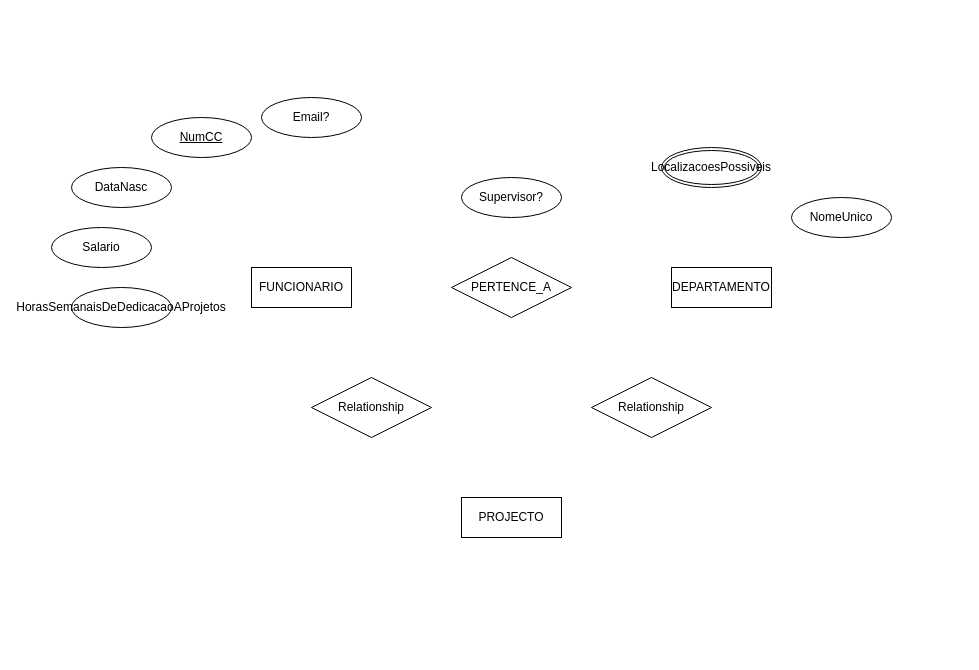
Before: BDempresa.drawio in Afas09/Analise-de-Sistemas, a draw.io diagram. Source tidied: cells renumbered, new cells numbered last; positions are measured from the earlier drawing's top-left corner, leaving out a move shared by most shapes. Both pictures are drawn from the tidied source at 100%, with x=0, y=0 at pixel (51, 97).
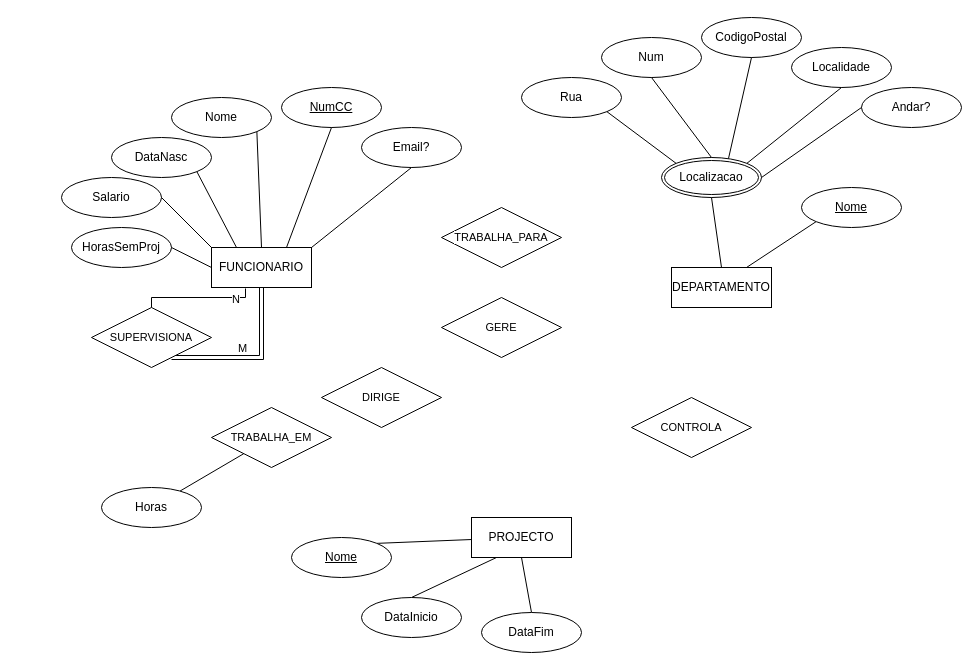
The same diagram, later.

The change refers to these unchanged cells:
```xml
<mxCell id="3" value="DEPARTAMENTO" style="whiteSpace=wrap;html=1;align=center;" parent="1" vertex="1">
  <mxGeometry x="620" y="170" width="100" height="40" as="geometry" />
</mxCell>
```

The edit, as a diff of the source:
```diff
@@
+    <mxCell id="16" style="rounded=0;jettySize=auto;html=1;exitX=0.25;exitY=1;exitDx=0;exitDy=0;entryX=0.5;entryY=0;entryDx=0;entryDy=0;endArrow=none;endFill=0;" parent="1" edge="1" source="2" target="39">
+      <mxGeometry relative="1" as="geometry" />
+    </mxCell>
+    <mxCell id="17" style="edgeStyle=none;shape=connector;rounded=0;jettySize=auto;html=1;entryX=0.5;entryY=0;entryDx=0;entryDy=0;strokeColor=default;align=center;verticalAlign=middle;fontFamily=Helvetica;fontSize=11;fontColor=default;labelBackgroundColor=default;endArrow=none;endFill=0;exitX=0.5;exitY=1;exitDx=0;exitDy=0;" parent="1" edge="1" source="2" target="38">
+      <mxGeometry relative="1" as="geometry" />
+    </mxCell>
+    <mxCell id="18" style="edgeStyle=none;shape=connector;rounded=0;jettySize=auto;html=1;entryX=1;entryY=0;entryDx=0;entryDy=0;strokeColor=default;align=center;verticalAlign=middle;fontFamily=Helvetica;fontSize=11;fontColor=default;labelBackgroundColor=default;endArrow=none;endFill=0;" parent="1" edge="1" source="2" target="41">
+      <mxGeometry relative="1" as="geometry" />
+    </mxCell>
     <mxCell id="2" value="PROJECTO" style="whiteSpace=wrap;html=1;align=center;" parent="1" vertex="1">
-      <mxGeometry x="410" y="400" width="100" height="40" as="geometry" />
+      <mxGeometry x="420" y="420" width="100" height="40" as="geometry" />
     </mxCell>
@@
     <mxCell id="4" value="FUNCIONARIO" style="whiteSpace=wrap;html=1;align=center;" parent="1" vertex="1">
-      <mxGeometry x="200" y="170" width="100" height="40" as="geometry" />
+      <mxGeometry x="160" y="150" width="100" height="40" as="geometry" />
     </mxCell>
-    <mxCell id="5" value="PERTENCE&lt;span style=&quot;background-color: transparent; color: light-dark(rgb(0, 0, 0), rgb(255, 255, 255));&quot;&gt;_A&lt;/span&gt;" style="shape=rhombus;perimeter=rhombusPerimeter;whiteSpace=wrap;html=1;align=center;" parent="1" vertex="1">
-      <mxGeometry x="400" y="160" width="120" height="60" as="geometry" />
-    </mxCell>
-    <mxCell id="6" value="Relationship" style="shape=rhombus;perimeter=rhombusPerimeter;whiteSpace=wrap;html=1;align=center;" parent="1" vertex="1">
-      <mxGeometry x="540" y="280" width="120" height="60" as="geometry" />
-    </mxCell>
-    <mxCell id="7" value="Relationship" style="shape=rhombus;perimeter=rhombusPerimeter;whiteSpace=wrap;html=1;align=center;" parent="1" vertex="1">
-      <mxGeometry x="260" y="280" width="120" height="60" as="geometry" />
-    </mxCell>
     <mxCell id="8" value="Email?" style="ellipse;whiteSpace=wrap;html=1;align=center;" parent="1" vertex="1">
-      <mxGeometry x="210" width="100" height="40" as="geometry" />
+      <mxGeometry x="310" y="30" width="100" height="40" as="geometry" />
     </mxCell>
     <mxCell id="9" value="DataNasc" style="ellipse;whiteSpace=wrap;html=1;align=center;" parent="1" vertex="1">
-      <mxGeometry x="20" y="70" width="100" height="40" as="geometry" />
+      <mxGeometry x="60" y="40" width="100" height="40" as="geometry" />
     </mxCell>
     <mxCell id="10" value="Salario" style="ellipse;whiteSpace=wrap;html=1;align=center;" parent="1" vertex="1">
-      <mxGeometry y="130" width="100" height="40" as="geometry" />
+      <mxGeometry x="10" y="80" width="100" height="40" as="geometry" />
     </mxCell>
-    <mxCell id="11" value="HorasSemanaisDeDedicacaoAProjetos" style="ellipse;whiteSpace=wrap;html=1;align=center;" parent="1" vertex="1">
-      <mxGeometry x="20" y="190" width="100" height="40" as="geometry" />
+    <mxCell id="11" value="HorasSemProj" style="ellipse;whiteSpace=wrap;html=1;align=center;" parent="1" vertex="1">
+      <mxGeometry x="20" y="130" width="100" height="40" as="geometry" />
     </mxCell>
-    <mxCell id="12" value="Supervisor?" style="ellipse;whiteSpace=wrap;html=1;align=center;" parent="1" vertex="1">
-      <mxGeometry x="410" y="80" width="100" height="40" as="geometry" />
-    </mxCell>
-    <mxCell id="13" value="NomeUnico" style="ellipse;whiteSpace=wrap;html=1;align=center;" parent="1" vertex="1">
-      <mxGeometry x="740" y="100" width="100" height="40" as="geometry" />
-    </mxCell>
-    <mxCell id="14" value="LocalizacoesPossiveis" style="ellipse;shape=doubleEllipse;margin=3;whiteSpace=wrap;html=1;align=center;" parent="1" vertex="1">
-      <mxGeometry x="610" y="50" width="100" height="40" as="geometry" />
+    <mxCell id="14" value="Localizacao" style="ellipse;shape=doubleEllipse;margin=3;whiteSpace=wrap;html=1;align=center;" parent="1" vertex="1">
+      <mxGeometry x="610" y="60" width="100" height="40" as="geometry" />
     </mxCell>
     <mxCell id="15" value="NumCC" style="ellipse;whiteSpace=wrap;html=1;align=center;fontStyle=4;" parent="1" vertex="1">
-      <mxGeometry x="100" y="20" width="100" height="40" as="geometry" />
+      <mxGeometry x="230" y="-10" width="100" height="40" as="geometry" />
     </mxCell>
+    <mxCell id="19" value="Rua" style="ellipse;whiteSpace=wrap;html=1;align=center;" parent="1" vertex="1">
+      <mxGeometry x="470" y="-20" width="100" height="40" as="geometry" />
+    </mxCell>
+    <mxCell id="20" value="Num" style="ellipse;whiteSpace=wrap;html=1;align=center;" parent="1" vertex="1">
+      <mxGeometry x="550" y="-60" width="100" height="40" as="geometry" />
+    </mxCell>
+    <mxCell id="21" value="CodigoPostal" style="ellipse;whiteSpace=wrap;html=1;align=center;" parent="1" vertex="1">
+      <mxGeometry x="650" y="-80" width="100" height="40" as="geometry" />
+    </mxCell>
+    <mxCell id="22" value="Localidade" style="ellipse;whiteSpace=wrap;html=1;align=center;" parent="1" vertex="1">
+      <mxGeometry x="740" y="-50" width="100" height="40" as="geometry" />
+    </mxCell>
+    <mxCell id="23" value="Andar?" style="ellipse;whiteSpace=wrap;html=1;align=center;" parent="1" vertex="1">
+      <mxGeometry x="810" y="-10" width="100" height="40" as="geometry" />
+    </mxCell>
+    <mxCell id="24" style="endArrow=none;html=1;rounded=0;exitX=0.5;exitY=1;exitDx=0;exitDy=0;entryX=1;entryY=0;entryDx=0;entryDy=0;" parent="1" edge="1" source="8" target="4">
+      <mxGeometry relative="1" as="geometry" />
+    </mxCell>
+    <mxCell id="25" style="endArrow=none;html=1;rounded=0;exitX=0.5;exitY=1;exitDx=0;exitDy=0;entryX=0.75;entryY=0;entryDx=0;entryDy=0;" parent="1" edge="1" source="15" target="4">
+      <mxGeometry relative="1" as="geometry" />
+    </mxCell>
+    <mxCell id="26" style="endArrow=none;html=1;rounded=0;exitX=1;exitY=1;exitDx=0;exitDy=0;entryX=0.25;entryY=0;entryDx=0;entryDy=0;" parent="1" edge="1" source="9" target="4">
+      <mxGeometry relative="1" as="geometry" />
+    </mxCell>
+    <mxCell id="27" style="endArrow=none;html=1;rounded=0;exitX=1;exitY=0.5;exitDx=0;exitDy=0;entryX=0;entryY=0;entryDx=0;entryDy=0;" parent="1" edge="1" source="10" target="4">
+      <mxGeometry relative="1" as="geometry" />
+    </mxCell>
+    <mxCell id="28" value="Nome" style="ellipse;whiteSpace=wrap;html=1;align=center;" parent="1" vertex="1">
+      <mxGeometry x="120" width="100" height="40" as="geometry" />
+    </mxCell>
+    <mxCell id="29" style="endArrow=none;html=1;rounded=0;exitX=1;exitY=1;exitDx=0;exitDy=0;entryX=0.5;entryY=0;entryDx=0;entryDy=0;" parent="1" edge="1" source="28" target="4">
+      <mxGeometry relative="1" as="geometry" />
+    </mxCell>
+    <mxCell id="30" style="endArrow=none;html=1;rounded=0;exitX=1;exitY=0.5;exitDx=0;exitDy=0;entryX=0;entryY=0.5;entryDx=0;entryDy=0;" parent="1" edge="1" source="11" target="4">
+      <mxGeometry relative="1" as="geometry" />
+    </mxCell>
+    <mxCell id="31" style="endArrow=none;html=1;rounded=0;exitX=1;exitY=1;exitDx=0;exitDy=0;entryX=0;entryY=0;entryDx=0;entryDy=0;" parent="1" edge="1" source="19" target="14">
+      <mxGeometry relative="1" as="geometry" />
+    </mxCell>
+    <mxCell id="32" style="endArrow=none;html=1;rounded=0;exitX=0.5;exitY=1;exitDx=0;exitDy=0;entryX=0.5;entryY=0;entryDx=0;entryDy=0;" parent="1" edge="1" source="20" target="14">
+      <mxGeometry relative="1" as="geometry" />
+    </mxCell>
+    <mxCell id="33" style="endArrow=none;html=1;rounded=0;exitX=0.5;exitY=1;exitDx=0;exitDy=0;entryX=0.67;entryY=0.025;entryDx=0;entryDy=0;entryPerimeter=0;" parent="1" edge="1" source="21" target="14">
+      <mxGeometry relative="1" as="geometry" />
+    </mxCell>
+    <mxCell id="34" style="endArrow=none;html=1;rounded=0;exitX=0.5;exitY=1;exitDx=0;exitDy=0;entryX=1;entryY=0;entryDx=0;entryDy=0;" parent="1" edge="1" source="22" target="14">
+      <mxGeometry relative="1" as="geometry" />
+    </mxCell>
+    <mxCell id="35" style="endArrow=none;html=1;rounded=0;exitX=0;exitY=0.5;exitDx=0;exitDy=0;entryX=1;entryY=0.5;entryDx=0;entryDy=0;" parent="1" edge="1" source="23" target="14">
+      <mxGeometry relative="1" as="geometry" />
+    </mxCell>
+    <mxCell id="36" style="endArrow=none;html=1;rounded=0;exitX=0.5;exitY=1;exitDx=0;exitDy=0;entryX=0.5;entryY=0;entryDx=0;entryDy=0;" parent="1" edge="1" source="14" target="3">
+      <mxGeometry relative="1" as="geometry" />
+    </mxCell>
+    <mxCell id="37" style="endArrow=none;html=1;rounded=0;exitX=0;exitY=1;exitDx=0;exitDy=0;entryX=0.75;entryY=0;entryDx=0;entryDy=0;" parent="1" edge="1" source="40" target="3">
+      <mxGeometry relative="1" as="geometry" />
+    </mxCell>
+    <mxCell id="38" value="DataFim" style="ellipse;whiteSpace=wrap;html=1;align=center;" parent="1" vertex="1">
+      <mxGeometry x="430" y="515" width="100" height="40" as="geometry" />
+    </mxCell>
+    <mxCell id="39" value="DataInicio" style="ellipse;whiteSpace=wrap;html=1;align=center;" parent="1" vertex="1">
+      <mxGeometry x="310" y="500" width="100" height="40" as="geometry" />
+    </mxCell>
+    <mxCell id="40" value="Nome" style="ellipse;whiteSpace=wrap;html=1;align=center;fontStyle=4;" parent="1" vertex="1">
+      <mxGeometry x="750" y="90" width="100" height="40" as="geometry" />
+    </mxCell>
+    <mxCell id="41" value="Nome" style="ellipse;whiteSpace=wrap;html=1;align=center;fontStyle=4;" parent="1" vertex="1">
+      <mxGeometry x="240" y="440" width="100" height="40" as="geometry" />
+    </mxCell>
+    <mxCell id="42" style="edgeStyle=orthogonalEdgeStyle;shape=link;rounded=0;jettySize=auto;html=1;entryX=0.5;entryY=1;entryDx=0;entryDy=0;strokeColor=default;align=center;verticalAlign=middle;fontFamily=Helvetica;fontSize=11;fontColor=default;labelBackgroundColor=default;endArrow=none;endFill=0;" parent="1" edge="1" source="44" target="4">
+      <mxGeometry relative="1" as="geometry">
+        <Array as="points">
+          <mxPoint x="210" y="260" />
+        </Array>
+      </mxGeometry>
+    </mxCell>
+    <mxCell id="43" value="M" style="edgeLabel;html=1;align=center;verticalAlign=middle;fontFamily=Helvetica;fontSize=11;fontColor=default;labelBackgroundColor=default;" parent="42" vertex="1">
+      <mxGeometry x="0.31" y="6" relative="1" as="geometry">
+        <mxPoint x="-14" y="5" as="offset" />
+      </mxGeometry>
+    </mxCell>
+    <mxCell id="44" value="SUPERVISIONA" style="shape=rhombus;perimeter=rhombusPerimeter;whiteSpace=wrap;html=1;align=center;fontFamily=Helvetica;fontSize=11;fontColor=default;labelBackgroundColor=default;" parent="1" vertex="1">
+      <mxGeometry x="40" y="210" width="120" height="60" as="geometry" />
+    </mxCell>
+    <mxCell id="45" value="TRABALHA_PARA" style="shape=rhombus;perimeter=rhombusPerimeter;whiteSpace=wrap;html=1;align=center;fontFamily=Helvetica;fontSize=11;fontColor=default;labelBackgroundColor=default;" parent="1" vertex="1">
+      <mxGeometry x="390" y="110" width="120" height="60" as="geometry" />
+    </mxCell>
+    <mxCell id="46" value="GERE" style="shape=rhombus;perimeter=rhombusPerimeter;whiteSpace=wrap;html=1;align=center;fontFamily=Helvetica;fontSize=11;fontColor=default;labelBackgroundColor=default;" parent="1" vertex="1">
+      <mxGeometry x="390" y="200" width="120" height="60" as="geometry" />
+    </mxCell>
+    <mxCell id="47" value="CONTROLA" style="shape=rhombus;perimeter=rhombusPerimeter;whiteSpace=wrap;html=1;align=center;fontFamily=Helvetica;fontSize=11;fontColor=default;labelBackgroundColor=default;" parent="1" vertex="1">
+      <mxGeometry x="580" y="300" width="120" height="60" as="geometry" />
+    </mxCell>
+    <mxCell id="48" value="DIRIGE" style="shape=rhombus;perimeter=rhombusPerimeter;whiteSpace=wrap;html=1;align=center;fontFamily=Helvetica;fontSize=11;fontColor=default;labelBackgroundColor=default;" parent="1" vertex="1">
+      <mxGeometry x="270" y="270" width="120" height="60" as="geometry" />
+    </mxCell>
+    <mxCell id="49" value="TRABALHA_EM" style="shape=rhombus;perimeter=rhombusPerimeter;whiteSpace=wrap;html=1;align=center;fontFamily=Helvetica;fontSize=11;fontColor=default;labelBackgroundColor=default;" parent="1" vertex="1">
+      <mxGeometry x="160" y="310" width="120" height="60" as="geometry" />
+    </mxCell>
+    <mxCell id="50" style="edgeStyle=none;shape=connector;rounded=0;jettySize=auto;html=1;strokeColor=default;align=center;verticalAlign=middle;fontFamily=Helvetica;fontSize=11;fontColor=default;labelBackgroundColor=default;endArrow=none;endFill=0;" parent="1" edge="1" source="51" target="49">
+      <mxGeometry relative="1" as="geometry" />
+    </mxCell>
+    <mxCell id="51" value="Horas" style="ellipse;whiteSpace=wrap;html=1;align=center;" parent="1" vertex="1">
+      <mxGeometry x="50" y="390" width="100" height="40" as="geometry" />
+    </mxCell>
+    <mxCell id="52" style="endArrow=none;html=1;rounded=0;strokeColor=default;align=center;verticalAlign=middle;fontFamily=Helvetica;fontSize=11;fontColor=default;labelBackgroundColor=default;exitX=0.5;exitY=0;exitDx=0;exitDy=0;entryX=0.34;entryY=1.025;entryDx=0;entryDy=0;entryPerimeter=0;edgeStyle=orthogonalEdgeStyle;" parent="1" edge="1" source="44" target="4">
+      <mxGeometry relative="1" as="geometry" />
+    </mxCell>
+    <mxCell id="53" value="N" style="html=1;whiteSpace=wrap;align=right;verticalAlign=bottom;fontFamily=Helvetica;fontSize=11;fontColor=default;labelBackgroundColor=default;" parent="52" vertex="1">
+      <mxGeometry x="1" relative="1" as="geometry">
+        <mxPoint x="-4" y="19" as="offset" />
+      </mxGeometry>
+    </mxCell>
```
